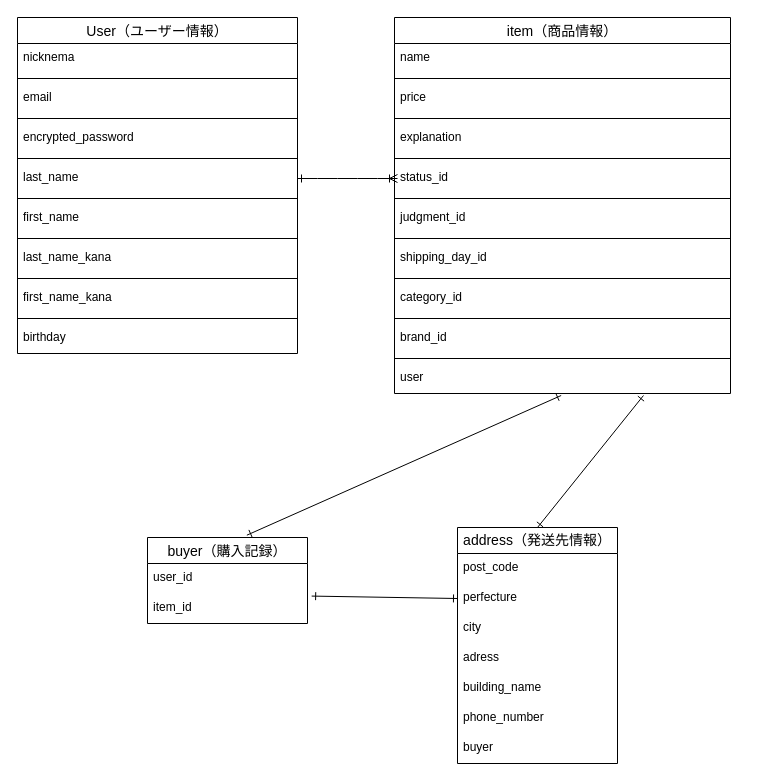
The draw.io diagram furima.dio in nocchicken/furima-39852, before the edit. Source tidied: cells renumbered, new cells numbered last; positions are measured from the earlier drawing's top-left corner, leaving out a move shared by most shapes. Both pictures are drawn from the tidied source at 100%, with x=0, y=0 at pixel (17, 17).
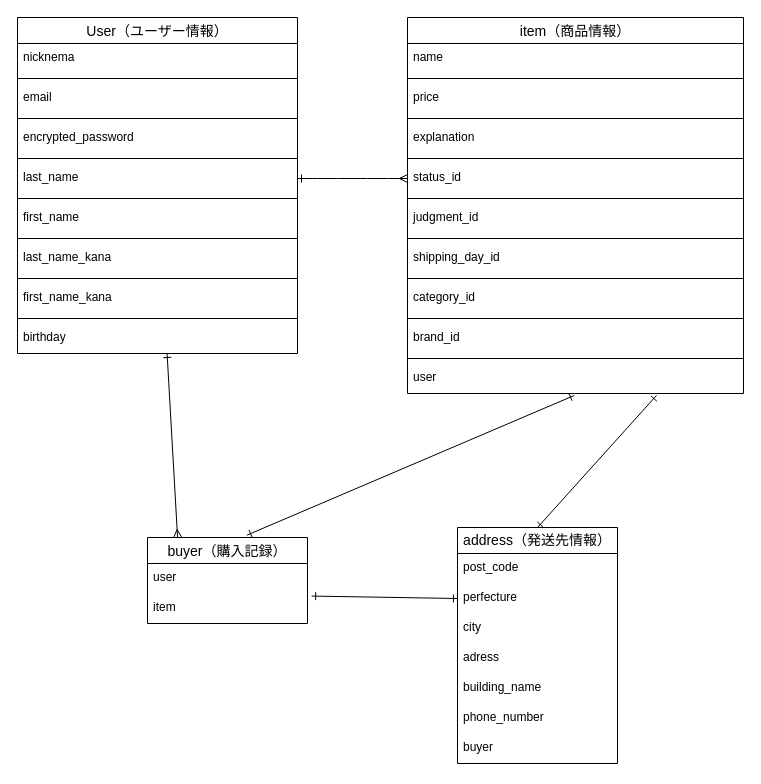
The same diagram, later.

Commit message (it also covers changes not shown here):
データベース設計　レビュー後修正4

Unchanged cells that the change refers to:
```xml
<mxCell id="2" value="User（ユーザー情報）" style="swimlane;fontStyle=0;horizontal=1;startSize=26;align=center;fontSize=14;" parent="1" vertex="1">
  <mxGeometry width="280" height="336" as="geometry" />
</mxCell>
<mxCell id="25" value="status_id" style="text;strokeColor=none;fillColor=none;spacingLeft=4;spacingRight=4;overflow=hidden;points=[[0,0.5],[1,0.5]];portConstraint=eastwest;fontSize=12;" parent="18" vertex="1">
  <mxGeometry y="146" width="336" height="30" as="geometry" />
</mxCell>
<mxCell id="37" value="buyer（購入記録）" style="swimlane;fontStyle=0;horizontal=1;startSize=26;align=center;fontSize=14;" parent="1" vertex="1">
  <mxGeometry x="130" y="520" width="160" height="86" as="geometry" />
</mxCell>
```

Change to the diagram source:
```diff
@@
     <mxCell id="18" value="item（商品情報）" style="swimlane;fontStyle=0;horizontal=1;startSize=26;align=center;fontSize=14;" parent="1" vertex="1">
-      <mxGeometry x="377" width="336" height="376" as="geometry" />
+      <mxGeometry x="390" width="336" height="376" as="geometry" />
     </mxCell>
@@
-    <mxCell id="36" style="edgeStyle=entityRelationEdgeStyle;fontSize=12;html=1;endArrow=ERoneToMany;startArrow=ERone;startFill=0;" parent="1" edge="1">
+    <mxCell id="36" style="edgeStyle=entityRelationEdgeStyle;fontSize=12;html=1;endArrow=ERmany;startArrow=ERone;startFill=0;entryX=0;entryY=0.5;entryDx=0;entryDy=0;endFill=0;" parent="1" edge="1" target="25">
       <mxGeometry relative="1" as="geometry">
         <mxPoint x="280" y="161" as="sourcePoint" />
-        <mxPoint x="380" y="161" as="targetPoint" />
       </mxGeometry>
     </mxCell>
@@
-    <mxCell id="38" value="user_id   " style="text;strokeColor=none;fillColor=none;spacingLeft=4;spacingRight=4;overflow=hidden;fontSize=12;" parent="37" vertex="1">
+    <mxCell id="38" value="user" style="text;strokeColor=none;fillColor=none;spacingLeft=4;spacingRight=4;overflow=hidden;fontSize=12;" parent="37" vertex="1">
       <mxGeometry y="26" width="160" height="30" as="geometry" />
     </mxCell>
-    <mxCell id="39" value="item_id" style="text;strokeColor=none;fillColor=none;spacingLeft=4;spacingRight=4;overflow=hidden;points=[[0,0.5],[1,0.5]];portConstraint=eastwest;fontSize=12;" parent="37" vertex="1">
+    <mxCell id="39" value="item" style="text;strokeColor=none;fillColor=none;spacingLeft=4;spacingRight=4;overflow=hidden;points=[[0,0.5],[1,0.5]];portConstraint=eastwest;fontSize=12;" parent="37" vertex="1">
       <mxGeometry y="56" width="160" height="30" as="geometry" />
     </mxCell>
@@
+    <mxCell id="51" style="fontSize=12;html=1;endArrow=ERmany;endFill=0;rounded=1;entryX=0.188;entryY=0;entryDx=0;entryDy=0;entryPerimeter=0;startArrow=ERone;startFill=0;" parent="1" edge="1" source="2" target="37">
+      <mxGeometry relative="1" as="geometry" />
+    </mxCell>
```
